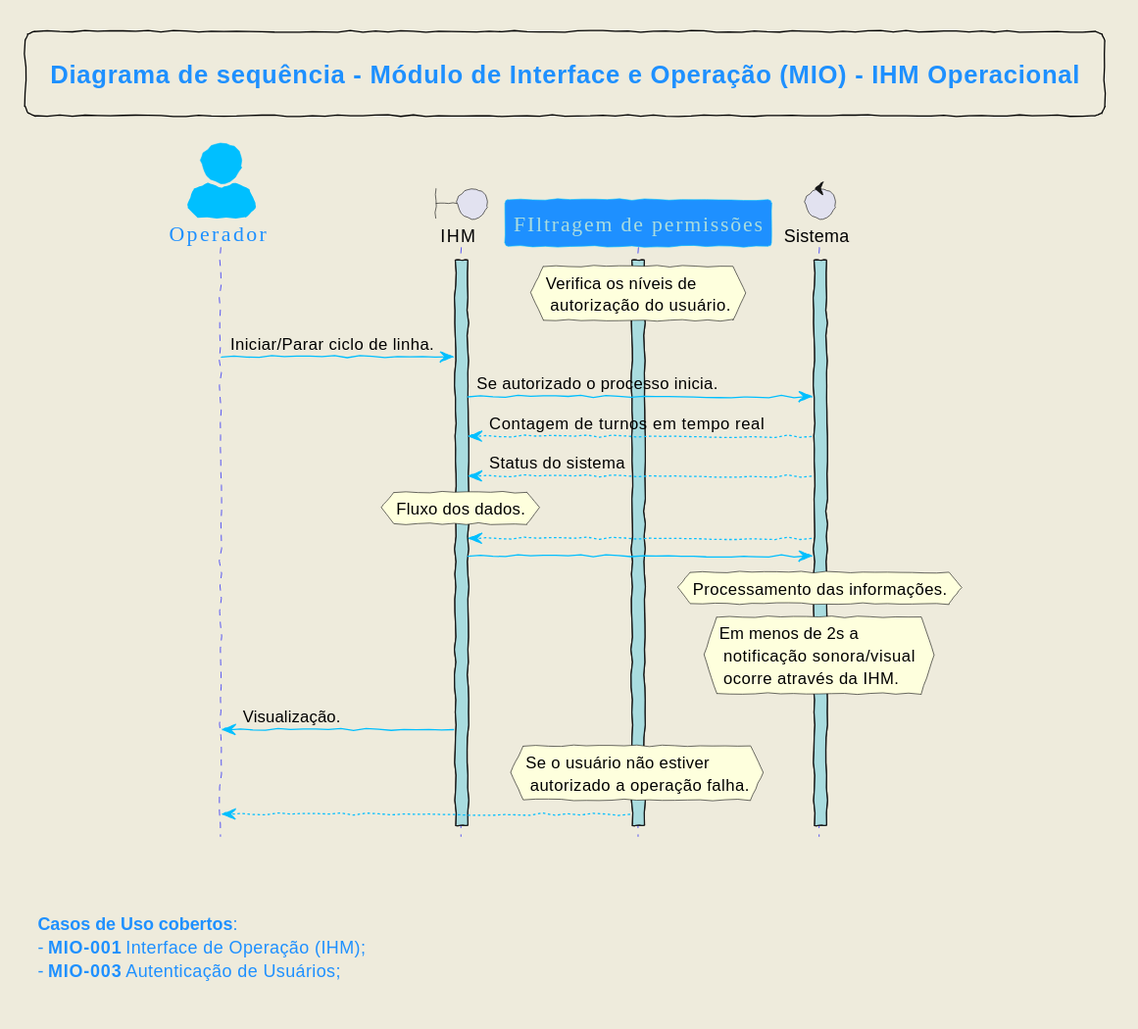
Before: diagramas_svg/DS-IHM-001.svg, a diagram exported from PlantUML (Embrapac/diagramas).
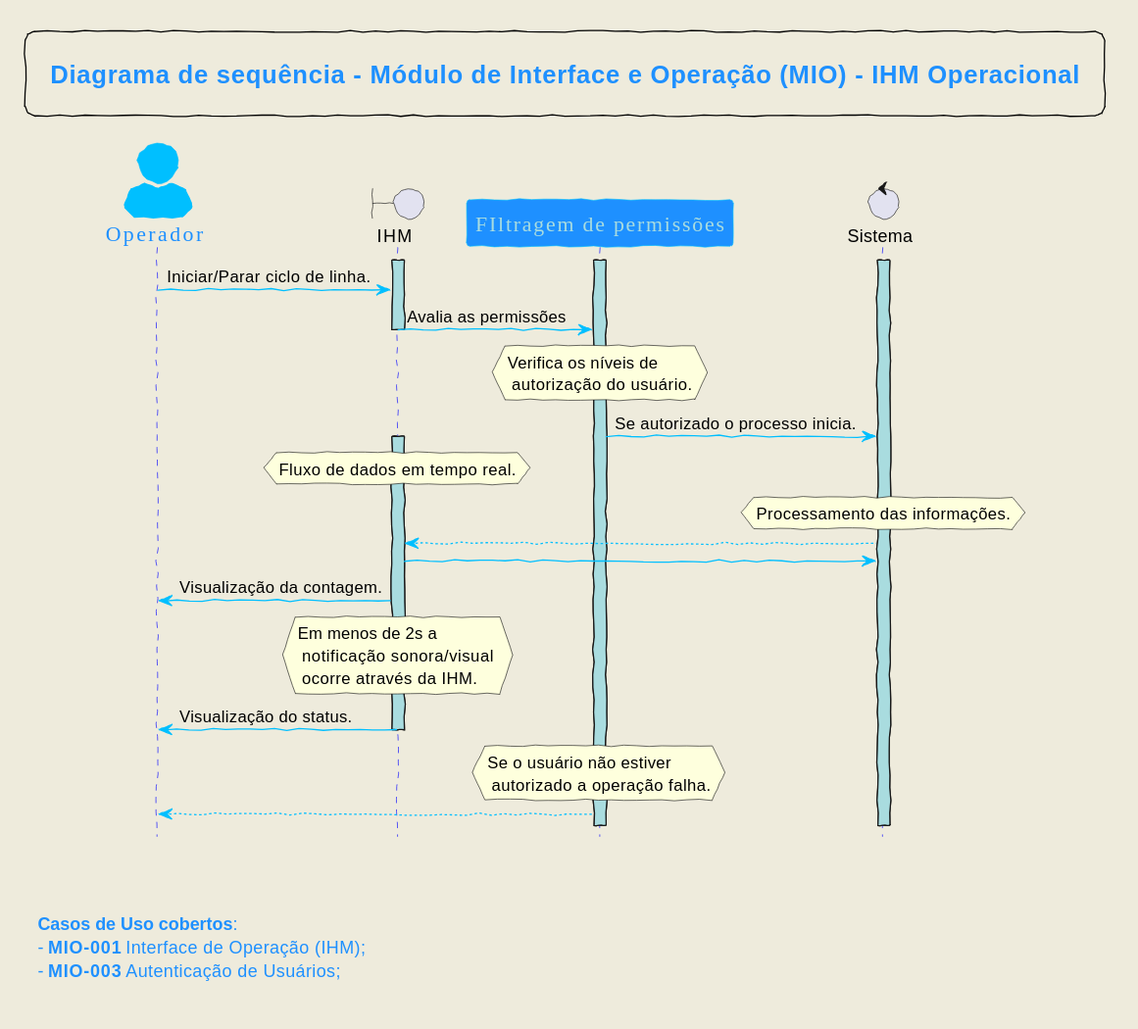
Above is the later version.

Diff of the diagram source:
```diff
@@ -10,18 +10,20 @@
 activate Z
 activate ST
 activate IHM
+OP -> IHM: Iniciar/Parar ciclo de linha.
+IHM -> Z: Avalia as permissões
 hnote over Z: Verifica os níveis de \n autorização do usuário.
-OP -> IHM: Iniciar/Parar ciclo de linha.
-IHM -> ST: Se autorizado o processo inicia.
-ST --> IHM: Contagem de turnos em tempo real
-ST --> IHM: Status do sistema
-hnote over IHM: Fluxo dos dados.
+deactivate IHM
+Z -> ST: Se autorizado o processo inicia.
+hnote over IHM: Fluxo de dados em tempo real.
+activate IHM
+hnote over ST: Processamento das informações.
 ST --> IHM
 IHM -> ST
-
-hnote over ST: Processamento das informações.
-hnote over ST: Em menos de 2s a \n notificação sonora/visual \n ocorre através da IHM.
-IHM -> "OP": Visualização.
+IHM -> "OP": Visualização da contagem.
+hnote over IHM: Em menos de 2s a \n notificação sonora/visual \n ocorre através da IHM.
+IHM -> "OP": Visualização do status.
+deactivate IHM
 hnote over Z: Se o usuário não estiver \n autorizado a operação falha.
 Z --> OP
 
```
